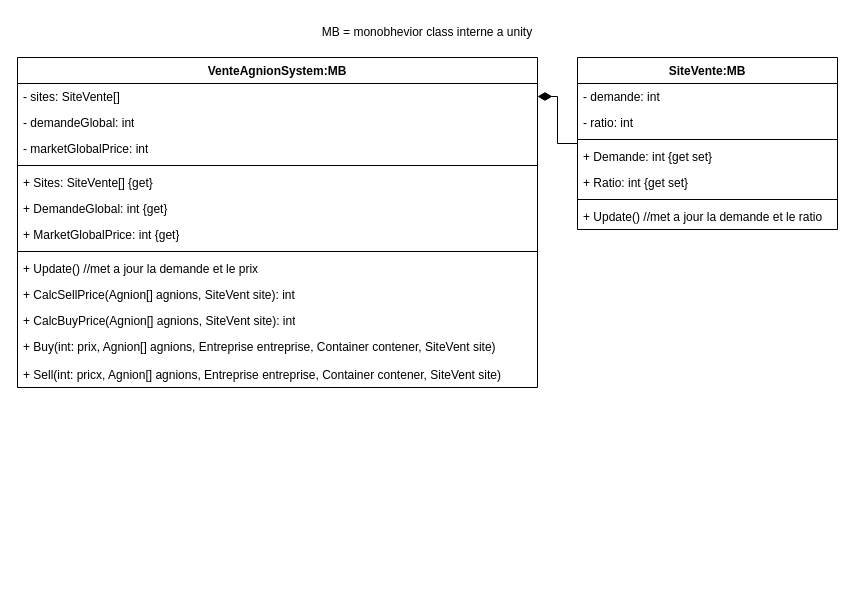
The draw.io diagram page "VenteAgnion" (2 of 2) of uml/entreprise.drawio in Limacha/le-Seigneur-des-agnions, before the edit. Source tidied: cells renumbered, new cells numbered last; positions are measured from the earlier drawing's top-left corner, leaving out a move shared by most shapes. Both pictures are drawn from the tidied source at 100%, with x=0, y=0 at pixel (17, 17).
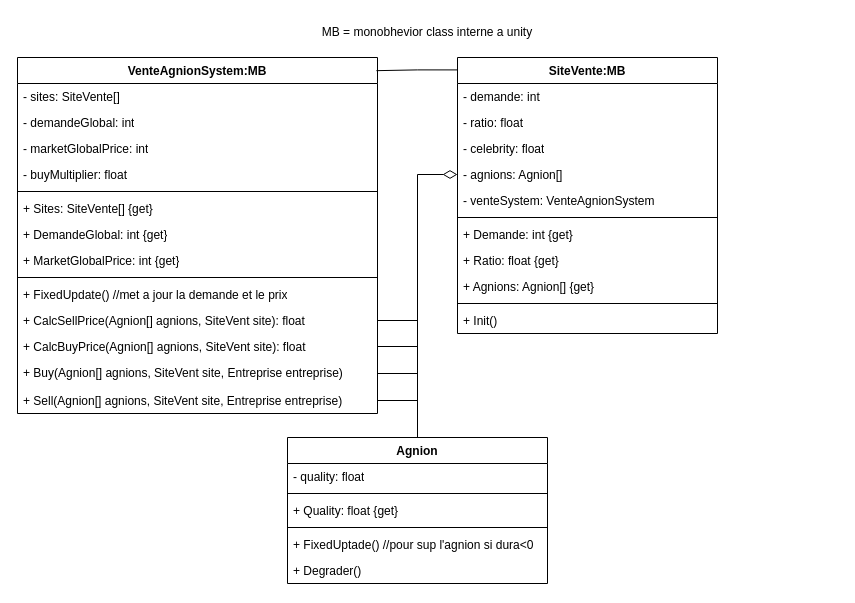
The same page after the edit.

The edit, as a diff of the source:
```diff
@@
     <mxCell id="2" value="VenteAgnionSystem:MB" style="swimlane;fontStyle=1;align=center;verticalAlign=top;horizontal=1;startSize=26;whiteSpace=wrap;html=1;" parent="1" vertex="1">
-      <mxGeometry y="40" width="520" height="330" as="geometry" />
+      <mxGeometry y="40" width="360" height="356" as="geometry" />
     </mxCell>
     <mxCell id="3" value="- sites: SiteVente[]" style="text;strokeColor=none;fillColor=none;align=left;verticalAlign=top;spacingLeft=4;spacingRight=4;overflow=hidden;points=[[0,0.5],[1,0.5]];portConstraint=eastwest;whiteSpace=wrap;html=1;" parent="2" vertex="1">
-      <mxGeometry y="26" width="520" height="26" as="geometry" />
+      <mxGeometry y="26" width="360" height="26" as="geometry" />
     </mxCell>
     <mxCell id="4" value="- demandeGlobal: int" style="text;strokeColor=none;fillColor=none;align=left;verticalAlign=top;spacingLeft=4;spacingRight=4;overflow=hidden;whiteSpace=wrap;html=1;" parent="2" vertex="1">
-      <mxGeometry y="52" width="520" height="26" as="geometry" />
+      <mxGeometry y="52" width="360" height="26" as="geometry" />
     </mxCell>
     <mxCell id="5" value="- marketGlobalPrice: int" style="text;strokeColor=none;fillColor=none;align=left;verticalAlign=top;spacingLeft=4;spacingRight=4;overflow=hidden;whiteSpace=wrap;html=1;" parent="2" vertex="1">
-      <mxGeometry y="78" width="520" height="26" as="geometry" />
+      <mxGeometry y="78" width="360" height="26" as="geometry" />
     </mxCell>
+    <mxCell id="26" value="- buyMultiplier: float" style="text;strokeColor=none;fillColor=none;align=left;verticalAlign=top;spacingLeft=4;spacingRight=4;overflow=hidden;whiteSpace=wrap;html=1;" parent="2" vertex="1">
+      <mxGeometry y="104" width="360" height="26" as="geometry" />
+    </mxCell>
     <mxCell id="6" style="line;strokeWidth=1;fillColor=none;align=left;verticalAlign=middle;spacingTop=-1;spacingLeft=3;spacingRight=3;labelPosition=right;strokeColor=inherit;" parent="2" vertex="1">
-      <mxGeometry y="104" width="520" height="8" as="geometry" />
+      <mxGeometry y="130" width="360" height="8" as="geometry" />
     </mxCell>
     <mxCell id="7" value="+ Sites: SiteVente[] {get}" style="text;strokeColor=none;fillColor=none;align=left;verticalAlign=top;spacingLeft=4;spacingRight=4;overflow=hidden;whiteSpace=wrap;html=1;" parent="2" vertex="1">
-      <mxGeometry y="112" width="520" height="26" as="geometry" />
+      <mxGeometry y="138" width="360" height="26" as="geometry" />
     </mxCell>
     <mxCell id="8" value="+ DemandeGlobal: int {get}" style="text;strokeColor=none;fillColor=none;align=left;verticalAlign=top;spacingLeft=4;spacingRight=4;overflow=hidden;whiteSpace=wrap;html=1;" parent="2" vertex="1">
-      <mxGeometry y="138" width="520" height="26" as="geometry" />
+      <mxGeometry y="164" width="360" height="26" as="geometry" />
     </mxCell>
     <mxCell id="9" value="+ MarketGlobalPrice: int {get}" style="text;strokeColor=none;fillColor=none;align=left;verticalAlign=top;spacingLeft=4;spacingRight=4;overflow=hidden;whiteSpace=wrap;html=1;" parent="2" vertex="1">
-      <mxGeometry y="164" width="520" height="26" as="geometry" />
+      <mxGeometry y="190" width="360" height="26" as="geometry" />
     </mxCell>
     <mxCell id="10" style="line;strokeWidth=1;fillColor=none;align=left;verticalAlign=middle;spacingTop=-1;spacingLeft=3;spacingRight=3;labelPosition=right;strokeColor=inherit;" parent="2" vertex="1">
-      <mxGeometry y="190" width="520" height="8" as="geometry" />
+      <mxGeometry y="216" width="360" height="8" as="geometry" />
     </mxCell>
-    <mxCell id="11" value="+ Update() //met a jour la demande et le prix" style="text;strokeColor=none;fillColor=none;align=left;verticalAlign=top;spacingLeft=4;spacingRight=4;overflow=hidden;whiteSpace=wrap;html=1;" parent="2" vertex="1">
-      <mxGeometry y="198" width="520" height="26" as="geometry" />
+    <mxCell id="11" value="+ FixedUpdate() //met a jour la demande et le prix" style="text;strokeColor=none;fillColor=none;align=left;verticalAlign=top;spacingLeft=4;spacingRight=4;overflow=hidden;whiteSpace=wrap;html=1;" parent="2" vertex="1">
+      <mxGeometry y="224" width="360" height="26" as="geometry" />
     </mxCell>
-    <mxCell id="12" value="+ CalcSellPrice(Agnion[] agnions, SiteVent site): int" style="text;strokeColor=none;fillColor=none;align=left;verticalAlign=top;spacingLeft=4;spacingRight=4;overflow=hidden;points=[[0,0.5],[1,0.5]];portConstraint=eastwest;whiteSpace=wrap;html=1;" parent="2" vertex="1">
-      <mxGeometry y="224" width="520" height="26" as="geometry" />
+    <mxCell id="12" value="+ CalcSellPrice(Agnion[] agnions, SiteVent site): float" style="text;strokeColor=none;fillColor=none;align=left;verticalAlign=top;spacingLeft=4;spacingRight=4;overflow=hidden;points=[[0,0.5],[1,0.5]];portConstraint=eastwest;whiteSpace=wrap;html=1;" parent="2" vertex="1">
+      <mxGeometry y="250" width="360" height="26" as="geometry" />
     </mxCell>
-    <mxCell id="13" value="+ CalcBuyPrice(Agnion[] agnions, SiteVent site): int" style="text;strokeColor=none;fillColor=none;align=left;verticalAlign=top;spacingLeft=4;spacingRight=4;overflow=hidden;points=[[0,0.5],[1,0.5]];portConstraint=eastwest;whiteSpace=wrap;html=1;" parent="2" vertex="1">
-      <mxGeometry y="250" width="520" height="26" as="geometry" />
+    <mxCell id="13" value="+ CalcBuyPrice(Agnion[] agnions, SiteVent site): float" style="text;strokeColor=none;fillColor=none;align=left;verticalAlign=top;spacingLeft=4;spacingRight=4;overflow=hidden;points=[[0,0.5],[1,0.5]];portConstraint=eastwest;whiteSpace=wrap;html=1;" parent="2" vertex="1">
+      <mxGeometry y="276" width="360" height="26" as="geometry" />
     </mxCell>
-    <mxCell id="14" value="+ Buy(int: prix, Agnion[] agnions, Entreprise entreprise, Container contener, SiteVent site)" style="text;strokeColor=none;fillColor=none;align=left;verticalAlign=top;spacingLeft=4;spacingRight=4;overflow=hidden;points=[[0,0.5],[1,0.5]];portConstraint=eastwest;whiteSpace=wrap;html=1;" parent="2" vertex="1">
-      <mxGeometry y="276" width="520" height="28" as="geometry" />
+    <mxCell id="14" value="+ Buy(Agnion[] agnions, SiteVent site, Entreprise entreprise)" style="text;strokeColor=none;fillColor=none;align=left;verticalAlign=top;spacingLeft=4;spacingRight=4;overflow=hidden;points=[[0,0.5],[1,0.5]];portConstraint=eastwest;whiteSpace=wrap;html=1;" parent="2" vertex="1">
+      <mxGeometry y="302" width="360" height="28" as="geometry" />
     </mxCell>
-    <mxCell id="15" value="+ Sell(int: pricx, Agnion[] agnions, Entreprise entreprise, Container contener, SiteVent site)" style="text;strokeColor=none;fillColor=none;align=left;verticalAlign=top;spacingLeft=4;spacingRight=4;overflow=hidden;points=[[0,0.5],[1,0.5]];portConstraint=eastwest;whiteSpace=wrap;html=1;" parent="2" vertex="1">
-      <mxGeometry y="304" width="520" height="26" as="geometry" />
+    <mxCell id="15" value="+ Sell(Agnion[] agnions, SiteVent site, Entreprise entreprise)" style="text;strokeColor=none;fillColor=none;align=left;verticalAlign=top;spacingLeft=4;spacingRight=4;overflow=hidden;points=[[0,0.5],[1,0.5]];portConstraint=eastwest;whiteSpace=wrap;html=1;" parent="2" vertex="1">
+      <mxGeometry y="330" width="360" height="26" as="geometry" />
     </mxCell>
     <mxCell id="16" value="SiteVente:MB" style="swimlane;fontStyle=1;align=center;verticalAlign=top;horizontal=1;startSize=26;whiteSpace=wrap;html=1;" parent="1" vertex="1">
-      <mxGeometry x="560" y="40" width="260" height="172" as="geometry" />
+      <mxGeometry x="440" y="40" width="260" height="276" as="geometry" />
     </mxCell>
@@
-    <mxCell id="18" value="- ratio: int" style="text;strokeColor=none;fillColor=none;align=left;verticalAlign=top;spacingLeft=4;spacingRight=4;overflow=hidden;whiteSpace=wrap;html=1;" parent="16" vertex="1">
+    <mxCell id="18" value="- ratio: float" style="text;strokeColor=none;fillColor=none;align=left;verticalAlign=top;spacingLeft=4;spacingRight=4;overflow=hidden;whiteSpace=wrap;html=1;" parent="16" vertex="1">
       <mxGeometry y="52" width="260" height="26" as="geometry" />
     </mxCell>
+    <mxCell id="27" value="- celebrity: float" style="text;strokeColor=none;fillColor=none;align=left;verticalAlign=top;spacingLeft=4;spacingRight=4;overflow=hidden;whiteSpace=wrap;html=1;" parent="16" vertex="1">
+      <mxGeometry y="78" width="260" height="26" as="geometry" />
+    </mxCell>
+    <mxCell id="28" value="- agnions: Agnion[]" style="text;strokeColor=none;fillColor=none;align=left;verticalAlign=top;spacingLeft=4;spacingRight=4;overflow=hidden;points=[[0,0.5],[1,0.5]];portConstraint=eastwest;whiteSpace=wrap;html=1;" parent="16" vertex="1">
+      <mxGeometry y="104" width="260" height="26" as="geometry" />
+    </mxCell>
+    <mxCell id="29" value="- venteSystem: VenteAgnionSystem" style="text;strokeColor=none;fillColor=none;align=left;verticalAlign=top;spacingLeft=4;spacingRight=4;overflow=hidden;whiteSpace=wrap;html=1;" parent="16" vertex="1">
+      <mxGeometry y="130" width="260" height="26" as="geometry" />
+    </mxCell>
     <mxCell id="19" style="line;strokeWidth=1;fillColor=none;align=left;verticalAlign=middle;spacingTop=-1;spacingLeft=3;spacingRight=3;labelPosition=right;strokeColor=inherit;" parent="16" vertex="1">
-      <mxGeometry y="78" width="260" height="8" as="geometry" />
+      <mxGeometry y="156" width="260" height="8" as="geometry" />
     </mxCell>
-    <mxCell id="20" value="+ Demande: int {get set}" style="text;strokeColor=none;fillColor=none;align=left;verticalAlign=top;spacingLeft=4;spacingRight=4;overflow=hidden;whiteSpace=wrap;html=1;" parent="16" vertex="1">
-      <mxGeometry y="86" width="260" height="26" as="geometry" />
+    <mxCell id="20" value="+ Demande: int {get}" style="text;strokeColor=none;fillColor=none;align=left;verticalAlign=top;spacingLeft=4;spacingRight=4;overflow=hidden;whiteSpace=wrap;html=1;" parent="16" vertex="1">
+      <mxGeometry y="164" width="260" height="26" as="geometry" />
     </mxCell>
-    <mxCell id="21" value="+ Ratio: int {get set}" style="text;strokeColor=none;fillColor=none;align=left;verticalAlign=top;spacingLeft=4;spacingRight=4;overflow=hidden;whiteSpace=wrap;html=1;" parent="16" vertex="1">
-      <mxGeometry y="112" width="260" height="26" as="geometry" />
+    <mxCell id="21" value="+ Ratio: float {get}" style="text;strokeColor=none;fillColor=none;align=left;verticalAlign=top;spacingLeft=4;spacingRight=4;overflow=hidden;whiteSpace=wrap;html=1;" parent="16" vertex="1">
+      <mxGeometry y="190" width="260" height="26" as="geometry" />
     </mxCell>
+    <mxCell id="30" value="+ Agnions: Agnion[] {get}" style="text;strokeColor=none;fillColor=none;align=left;verticalAlign=top;spacingLeft=4;spacingRight=4;overflow=hidden;whiteSpace=wrap;html=1;" parent="16" vertex="1">
+      <mxGeometry y="216" width="260" height="26" as="geometry" />
+    </mxCell>
     <mxCell id="22" style="line;strokeWidth=1;fillColor=none;align=left;verticalAlign=middle;spacingTop=-1;spacingLeft=3;spacingRight=3;labelPosition=right;strokeColor=inherit;" parent="16" vertex="1">
-      <mxGeometry y="138" width="260" height="8" as="geometry" />
+      <mxGeometry y="242" width="260" height="8" as="geometry" />
     </mxCell>
-    <mxCell id="23" value="+ Update() //met a jour la demande et le ratio" style="text;strokeColor=none;fillColor=none;align=left;verticalAlign=top;spacingLeft=4;spacingRight=4;overflow=hidden;whiteSpace=wrap;html=1;" parent="16" vertex="1">
-      <mxGeometry y="146" width="260" height="26" as="geometry" />
+    <mxCell id="23" value="+ Init()" style="text;strokeColor=none;fillColor=none;align=left;verticalAlign=top;spacingLeft=4;spacingRight=4;overflow=hidden;whiteSpace=wrap;html=1;" parent="16" vertex="1">
+      <mxGeometry y="250" width="260" height="26" as="geometry" />
     </mxCell>
-    <mxCell id="24" style="edgeStyle=orthogonalEdgeStyle;rounded=0;jettySize=auto;html=1;endArrow=diamondThin;endFill=1;endSize=12;" parent="1" edge="1" source="16" target="3">
-      <mxGeometry relative="1" as="geometry" />
-    </mxCell>
@@
+    <mxCell id="31" value="Agnion" style="swimlane;fontStyle=1;align=center;verticalAlign=top;horizontal=1;startSize=26;whiteSpace=wrap;html=1;" parent="1" vertex="1">
+      <mxGeometry x="270" y="420" width="260" height="146" as="geometry" />
+    </mxCell>
+    <mxCell id="32" value="- quality: float" style="text;strokeColor=none;fillColor=none;align=left;verticalAlign=top;spacingLeft=4;spacingRight=4;overflow=hidden;whiteSpace=wrap;html=1;" parent="31" vertex="1">
+      <mxGeometry y="26" width="260" height="26" as="geometry" />
+    </mxCell>
+    <mxCell id="33" style="line;strokeWidth=1;fillColor=none;align=left;verticalAlign=middle;spacingTop=-1;spacingLeft=3;spacingRight=3;labelPosition=right;strokeColor=inherit;" parent="31" vertex="1">
+      <mxGeometry y="52" width="260" height="8" as="geometry" />
+    </mxCell>
+    <mxCell id="34" value="+ Quality: float {get}" style="text;strokeColor=none;fillColor=none;align=left;verticalAlign=top;spacingLeft=4;spacingRight=4;overflow=hidden;whiteSpace=wrap;html=1;" parent="31" vertex="1">
+      <mxGeometry y="60" width="260" height="26" as="geometry" />
+    </mxCell>
+    <mxCell id="35" style="line;strokeWidth=1;fillColor=none;align=left;verticalAlign=middle;spacingTop=-1;spacingLeft=3;spacingRight=3;labelPosition=right;strokeColor=inherit;" parent="31" vertex="1">
+      <mxGeometry y="86" width="260" height="8" as="geometry" />
+    </mxCell>
+    <mxCell id="36" value="+ FixedUptade() //pour sup l'agnion si dura&amp;lt;0" style="text;strokeColor=none;fillColor=none;align=left;verticalAlign=top;spacingLeft=4;spacingRight=4;overflow=hidden;whiteSpace=wrap;html=1;" parent="31" vertex="1">
+      <mxGeometry y="94" width="260" height="26" as="geometry" />
+    </mxCell>
+    <mxCell id="37" value="+ Degrader()" style="text;strokeColor=none;fillColor=none;align=left;verticalAlign=top;spacingLeft=4;spacingRight=4;overflow=hidden;whiteSpace=wrap;html=1;" parent="31" vertex="1">
+      <mxGeometry y="120" width="260" height="26" as="geometry" />
+    </mxCell>
+    <mxCell id="38" style="edgeStyle=orthogonalEdgeStyle;rounded=0;jettySize=auto;html=1;endArrow=none;endFill=0;" parent="1" edge="1" source="31" target="12">
+      <mxGeometry relative="1" as="geometry" />
+    </mxCell>
+    <mxCell id="39" style="edgeStyle=orthogonalEdgeStyle;rounded=0;jettySize=auto;html=1;endArrow=none;endFill=0;" parent="1" edge="1" source="31" target="13">
+      <mxGeometry relative="1" as="geometry" />
+    </mxCell>
+    <mxCell id="40" style="edgeStyle=orthogonalEdgeStyle;rounded=0;jettySize=auto;html=1;endArrow=none;endFill=0;" parent="1" edge="1" source="31" target="14">
+      <mxGeometry relative="1" as="geometry" />
+    </mxCell>
+    <mxCell id="41" style="edgeStyle=orthogonalEdgeStyle;rounded=0;jettySize=auto;html=1;endArrow=none;endFill=0;" parent="1" edge="1" source="31" target="15">
+      <mxGeometry relative="1" as="geometry" />
+    </mxCell>
+    <mxCell id="42" style="edgeStyle=orthogonalEdgeStyle;rounded=0;jettySize=auto;html=1;endArrow=diamondThin;endFill=0;strokeWidth=1;endSize=12;entryX=0;entryY=0.5;entryDx=0;entryDy=0;" parent="1" edge="1" source="31" target="28">
+      <mxGeometry relative="1" as="geometry">
+        <Array as="points">
+          <mxPoint x="400" y="563" />
+          <mxPoint x="400" y="157" />
+        </Array>
+      </mxGeometry>
+    </mxCell>
+    <mxCell id="43" style="edgeStyle=orthogonalEdgeStyle;rounded=0;jettySize=auto;html=1;endArrow=none;endFill=0;exitX=0.002;exitY=0.045;exitDx=0;exitDy=0;exitPerimeter=0;entryX=0.997;entryY=0.037;entryDx=0;entryDy=0;entryPerimeter=0;" parent="1" edge="1" source="16" target="2">
+      <mxGeometry relative="1" as="geometry">
+        <Array as="points">
+          <mxPoint x="400" y="52" />
+        </Array>
+      </mxGeometry>
+    </mxCell>
```
